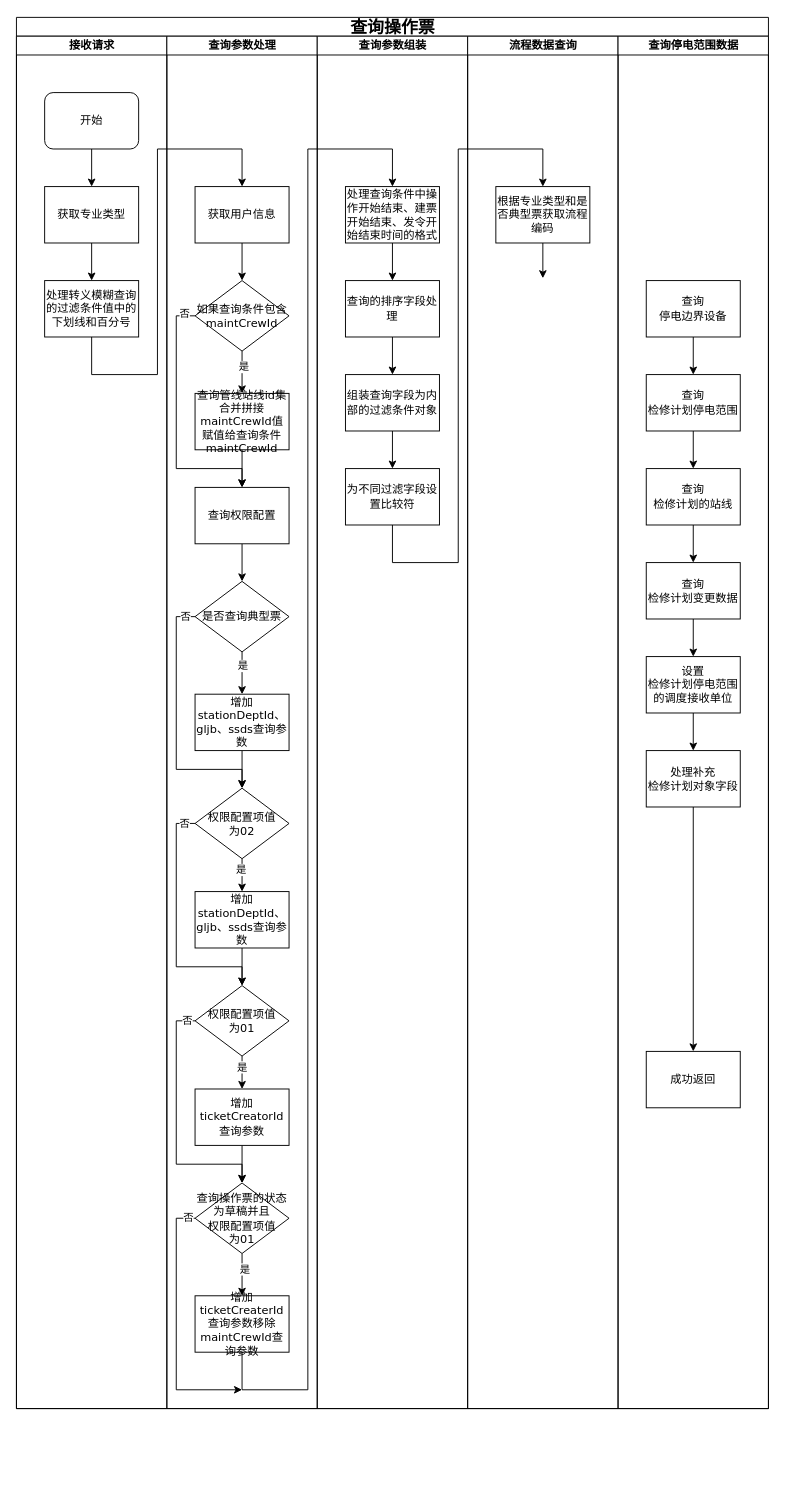
The draw.io diagram 查询操作票.drawio in wwwwbo/myDraw, before the edit. Source tidied: cells renumbered, new cells numbered last; positions are measured from the earlier drawing's top-left corner, leaving out a move shared by most shapes. Both pictures are drawn from the tidied source at 94%, with x=0, y=0 at pixel (16, 17).
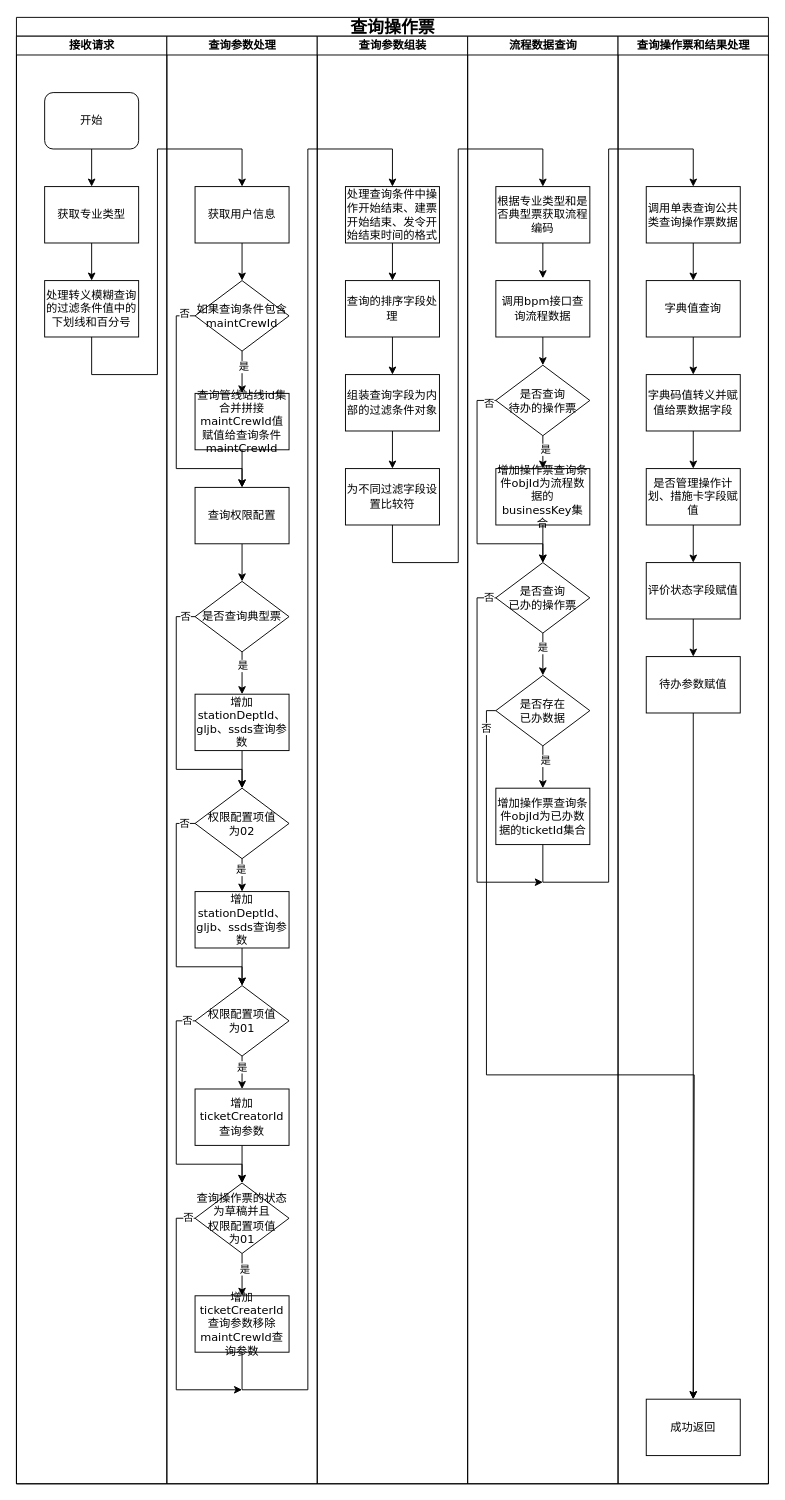
Above is the later version.

Commit message (it also covers changes not shown here):
更新查询操作票.drawio

What changed in the source:
```diff
@@
     <mxCell id="2" value="&lt;font style=&quot;font-size: 18px;&quot;&gt;查询操作票&lt;/font&gt;" style="swimlane;html=1;startSize=20;rounded=0;shadow=0;labelBackgroundColor=none;strokeWidth=1;fontFamily=Verdana;fontSize=8;align=center;" parent="1" vertex="1">
-      <mxGeometry width="800" height="1480" as="geometry" />
+      <mxGeometry width="800" height="1560" as="geometry" />
     </mxCell>
     <mxCell id="3" value="接收请求" style="swimlane;html=1;startSize=20;" parent="2" vertex="1">
-      <mxGeometry y="20" width="160" height="1460" as="geometry" />
+      <mxGeometry y="20" width="160" height="1540" as="geometry" />
     </mxCell>
@@
     <mxCell id="9" value="查询参数处理" style="swimlane;html=1;startSize=20;" parent="2" vertex="1">
-      <mxGeometry x="160" y="20" width="160" height="1460" as="geometry" />
+      <mxGeometry x="160" y="20" width="160" height="1540" as="geometry" />
     </mxCell>
@@
     <mxCell id="48" value="查询参数组装" style="swimlane;html=1;startSize=20;" parent="2" vertex="1">
-      <mxGeometry x="320" y="20" width="160" height="1460" as="geometry" />
+      <mxGeometry x="320" y="20" width="160" height="1540" as="geometry" />
     </mxCell>
@@
     <mxCell id="56" value="流程数据查询" style="swimlane;html=1;startSize=20;" parent="2" vertex="1">
-      <mxGeometry x="480" y="20" width="160" height="1460" as="geometry" />
+      <mxGeometry x="480" y="20" width="160" height="1540" as="geometry" />
     </mxCell>
@@
+    <mxCell id="76" style="edgeStyle=orthogonalEdgeStyle;rounded=0;jettySize=auto;html=1;exitX=0.5;exitY=1;exitDx=0;exitDy=0;entryX=0.5;entryY=0;entryDx=0;entryDy=0;" parent="56" edge="1" source="77" target="82">
+      <mxGeometry relative="1" as="geometry" />
+    </mxCell>
+    <mxCell id="77" value="&lt;span style=&quot;font-size: 12px;&quot;&gt;调用bpm接口查询流程数据&lt;/span&gt;" style="whiteSpace=wrap;html=1;fontSize=8;fontFamily=Verdana;rounded=0;shadow=0;labelBackgroundColor=none;strokeWidth=1;" parent="56" vertex="1">
+      <mxGeometry x="30" y="260" width="100" height="60" as="geometry" />
+    </mxCell>
+    <mxCell id="78" style="edgeStyle=orthogonalEdgeStyle;rounded=0;jettySize=auto;html=1;exitX=0.5;exitY=1;exitDx=0;exitDy=0;entryX=0.5;entryY=0;entryDx=0;entryDy=0;" parent="56" edge="1" source="82" target="84">
+      <mxGeometry relative="1" as="geometry" />
+    </mxCell>
+    <mxCell id="79" value="是" style="edgeLabel;html=1;align=center;verticalAlign=middle;" parent="78" vertex="1">
+      <mxGeometry x="-0.21" y="2" relative="1" as="geometry" />
+    </mxCell>
+    <mxCell id="80" style="edgeStyle=orthogonalEdgeStyle;rounded=0;jettySize=auto;html=1;exitX=0;exitY=0.5;exitDx=0;exitDy=0;entryX=0.5;entryY=0;entryDx=0;entryDy=0;" parent="56" edge="1" source="82" target="89">
+      <mxGeometry relative="1" as="geometry">
+        <Array as="points">
+          <mxPoint x="10" y="388" />
+          <mxPoint x="10" y="540" />
+          <mxPoint x="80" y="540" />
+        </Array>
+      </mxGeometry>
+    </mxCell>
+    <mxCell id="81" value="否" style="edgeLabel;html=1;align=center;verticalAlign=middle;" parent="80" vertex="1">
+      <mxGeometry x="-0.94" y="3" relative="1" as="geometry" />
+    </mxCell>
+    <mxCell id="82" value="&lt;span style=&quot;font-size: 12px;&quot;&gt;是否查询&lt;/span&gt;&lt;div&gt;&lt;span style=&quot;font-size: 12px;&quot;&gt;待办的操作票&lt;/span&gt;&lt;/div&gt;" style="rhombus;whiteSpace=wrap;html=1;rounded=0;shadow=0;labelBackgroundColor=none;strokeWidth=1;fontFamily=Verdana;fontSize=8;align=center;" parent="56" vertex="1">
+      <mxGeometry x="30" y="350" width="100" height="75" as="geometry" />
+    </mxCell>
+    <mxCell id="83" style="edgeStyle=orthogonalEdgeStyle;rounded=0;jettySize=auto;html=1;exitX=0.5;exitY=1;exitDx=0;exitDy=0;entryX=0.5;entryY=0;entryDx=0;entryDy=0;" parent="56" edge="1" source="84" target="89">
+      <mxGeometry relative="1" as="geometry" />
+    </mxCell>
+    <mxCell id="84" value="&lt;span style=&quot;font-size: 12px;&quot;&gt;增加操作票查询条件objId为流程数据的businessKey集合&lt;/span&gt;" style="whiteSpace=wrap;html=1;fontSize=8;fontFamily=Verdana;rounded=0;shadow=0;labelBackgroundColor=none;strokeWidth=1;" parent="56" vertex="1">
+      <mxGeometry x="30" y="460" width="100" height="60" as="geometry" />
+    </mxCell>
+    <mxCell id="85" style="edgeStyle=orthogonalEdgeStyle;rounded=0;jettySize=auto;html=1;exitX=0.5;exitY=1;exitDx=0;exitDy=0;entryX=0.5;entryY=0;entryDx=0;entryDy=0;" parent="56" edge="1" source="89" target="92">
+      <mxGeometry relative="1" as="geometry" />
+    </mxCell>
+    <mxCell id="86" value="是" style="edgeLabel;html=1;align=center;verticalAlign=middle;" parent="85" vertex="1">
+      <mxGeometry x="-0.34" y="-1" relative="1" as="geometry" />
+    </mxCell>
+    <mxCell id="87" style="edgeStyle=orthogonalEdgeStyle;rounded=0;jettySize=auto;html=1;exitX=0;exitY=0.5;exitDx=0;exitDy=0;" parent="56" edge="1" source="89">
+      <mxGeometry relative="1" as="geometry">
+        <mxPoint x="80" y="900" as="targetPoint" />
+        <Array as="points">
+          <mxPoint x="10" y="598" />
+          <mxPoint x="10" y="900" />
+        </Array>
+      </mxGeometry>
+    </mxCell>
+    <mxCell id="88" value="否" style="edgeLabel;html=1;align=center;verticalAlign=middle;" parent="87" vertex="1">
+      <mxGeometry x="-0.96" y="-1" relative="1" as="geometry" />
+    </mxCell>
+    <mxCell id="89" value="&lt;span style=&quot;font-size: 12px;&quot;&gt;是否查询&lt;/span&gt;&lt;div&gt;&lt;span style=&quot;font-size: 12px;&quot;&gt;已办的操作票&lt;/span&gt;&lt;/div&gt;" style="rhombus;whiteSpace=wrap;html=1;rounded=0;shadow=0;labelBackgroundColor=none;strokeWidth=1;fontFamily=Verdana;fontSize=8;align=center;" parent="56" vertex="1">
+      <mxGeometry x="30" y="560" width="100" height="75" as="geometry" />
+    </mxCell>
+    <mxCell id="90" style="edgeStyle=orthogonalEdgeStyle;rounded=0;jettySize=auto;html=1;exitX=0.5;exitY=1;exitDx=0;exitDy=0;entryX=0.5;entryY=0;entryDx=0;entryDy=0;" parent="56" edge="1" source="92">
+      <mxGeometry relative="1" as="geometry">
+        <mxPoint x="80" y="800" as="targetPoint" />
+      </mxGeometry>
+    </mxCell>
+    <mxCell id="91" value="是" style="edgeLabel;html=1;align=center;verticalAlign=middle;" parent="90" vertex="1">
+      <mxGeometry x="-0.33" y="2" relative="1" as="geometry" />
+    </mxCell>
+    <mxCell id="92" value="&lt;span style=&quot;font-size: 12px;&quot;&gt;是否存在&lt;/span&gt;&lt;div&gt;&lt;span style=&quot;font-size: 12px;&quot;&gt;已办数据&lt;/span&gt;&lt;/div&gt;" style="rhombus;whiteSpace=wrap;html=1;rounded=0;shadow=0;labelBackgroundColor=none;strokeWidth=1;fontFamily=Verdana;fontSize=8;align=center;" parent="56" vertex="1">
+      <mxGeometry x="30" y="680" width="100" height="75" as="geometry" />
+    </mxCell>
+    <mxCell id="93" value="&lt;span style=&quot;font-size: 12px;&quot;&gt;增加操作票查询条件objId为已办数据的ticketId集合&lt;/span&gt;" style="whiteSpace=wrap;html=1;fontSize=8;fontFamily=Verdana;rounded=0;shadow=0;labelBackgroundColor=none;strokeWidth=1;" parent="56" vertex="1">
+      <mxGeometry x="30" y="800" width="100" height="60" as="geometry" />
+    </mxCell>
-    <mxCell id="59" value="查询停电范围数据" style="swimlane;html=1;startSize=20;" parent="2" vertex="1">
-      <mxGeometry x="640" y="20" width="160" height="1460" as="geometry" />
+    <mxCell id="59" value="查询操作票和结果处理" style="swimlane;html=1;startSize=20;" parent="2" vertex="1">
+      <mxGeometry x="640" y="20" width="160" height="1540" as="geometry" />
     </mxCell>
@@
-    <mxCell id="62" value="&lt;div&gt;&lt;span style=&quot;font-size: 12px;&quot;&gt;查询&lt;/span&gt;&lt;/div&gt;&lt;div&gt;&lt;span style=&quot;font-size: 12px;&quot;&gt;检修计划停电范围&lt;/span&gt;&lt;/div&gt;" style="whiteSpace=wrap;html=1;fontSize=8;fontFamily=Verdana;rounded=0;shadow=0;labelBackgroundColor=none;strokeWidth=1;" parent="59" vertex="1">
+    <mxCell id="62" value="&lt;span style=&quot;font-size: 12px;&quot;&gt;字典码值转义并赋值给票数据字段&lt;/span&gt;" style="whiteSpace=wrap;html=1;fontSize=8;fontFamily=Verdana;rounded=0;shadow=0;labelBackgroundColor=none;strokeWidth=1;" parent="59" vertex="1">
       <mxGeometry x="30" y="360" width="100" height="60" as="geometry" />
     </mxCell>
@@
-    <mxCell id="64" value="&lt;div&gt;&lt;span style=&quot;font-size: 12px;&quot;&gt;查询&lt;/span&gt;&lt;/div&gt;&lt;div&gt;&lt;span style=&quot;font-size: 12px;&quot;&gt;检修计划的站线&lt;/span&gt;&lt;/div&gt;" style="whiteSpace=wrap;html=1;fontSize=8;fontFamily=Verdana;rounded=0;shadow=0;labelBackgroundColor=none;strokeWidth=1;" parent="59" vertex="1">
+    <mxCell id="64" value="&lt;div&gt;&lt;span style=&quot;font-size: 12px;&quot;&gt;是否管理操作计划、措施卡字段赋值&lt;/span&gt;&lt;/div&gt;" style="whiteSpace=wrap;html=1;fontSize=8;fontFamily=Verdana;rounded=0;shadow=0;labelBackgroundColor=none;strokeWidth=1;" parent="59" vertex="1">
       <mxGeometry x="30" y="460" width="100" height="60" as="geometry" />
     </mxCell>
@@
-    <mxCell id="66" value="&lt;div&gt;&lt;span style=&quot;font-size: 12px;&quot;&gt;查询&lt;/span&gt;&lt;/div&gt;&lt;div&gt;&lt;span style=&quot;font-size: 12px;&quot;&gt;检修计划变更数据&lt;/span&gt;&lt;/div&gt;" style="whiteSpace=wrap;html=1;fontSize=8;fontFamily=Verdana;rounded=0;shadow=0;labelBackgroundColor=none;strokeWidth=1;" parent="59" vertex="1">
+    <mxCell id="66" value="&lt;div&gt;&lt;span style=&quot;font-size: 12px;&quot;&gt;评价状态字段赋值&lt;/span&gt;&lt;/div&gt;" style="whiteSpace=wrap;html=1;fontSize=8;fontFamily=Verdana;rounded=0;shadow=0;labelBackgroundColor=none;strokeWidth=1;" parent="59" vertex="1">
       <mxGeometry x="30" y="560" width="100" height="60" as="geometry" />
     </mxCell>
-    <mxCell id="67" style="edgeStyle=orthogonalEdgeStyle;rounded=0;jettySize=auto;html=1;exitX=0.5;exitY=1;exitDx=0;exitDy=0;entryX=0.5;entryY=0;entryDx=0;entryDy=0;" parent="59" edge="1" source="68" target="70">
-      <mxGeometry relative="1" as="geometry" />
-    </mxCell>
+    <mxCell id="94" style="edgeStyle=orthogonalEdgeStyle;rounded=0;jettySize=auto;html=1;exitX=0.5;exitY=1;exitDx=0;exitDy=0;" parent="59" edge="1" source="68" target="72">
+      <mxGeometry relative="1" as="geometry" />
+    </mxCell>
-    <mxCell id="68" value="&lt;span style=&quot;font-size: 12px;&quot;&gt;设置&lt;/span&gt;&lt;div&gt;&lt;span style=&quot;font-size: 12px;&quot;&gt;检修计划停电范围&lt;/span&gt;&lt;/div&gt;&lt;div&gt;&lt;span style=&quot;font-size: 12px;&quot;&gt;的调度接收单位&lt;/span&gt;&lt;/div&gt;" style="whiteSpace=wrap;html=1;fontSize=8;fontFamily=Verdana;rounded=0;shadow=0;labelBackgroundColor=none;strokeWidth=1;" parent="59" vertex="1">
+    <mxCell id="68" value="&lt;span style=&quot;font-size: 12px;&quot;&gt;待办参数赋值&lt;/span&gt;" style="whiteSpace=wrap;html=1;fontSize=8;fontFamily=Verdana;rounded=0;shadow=0;labelBackgroundColor=none;strokeWidth=1;" parent="59" vertex="1">
       <mxGeometry x="30" y="660" width="100" height="60" as="geometry" />
     </mxCell>
-    <mxCell id="69" style="edgeStyle=orthogonalEdgeStyle;rounded=0;jettySize=auto;html=1;exitX=0.5;exitY=1;exitDx=0;exitDy=0;" parent="59" edge="1" source="70" target="72">
-      <mxGeometry relative="1" as="geometry" />
-    </mxCell>
-    <mxCell id="70" value="&lt;span style=&quot;font-size: 12px;&quot;&gt;处理补充&lt;/span&gt;&lt;div&gt;&lt;span style=&quot;font-size: 12px;&quot;&gt;检修计划对象字段&lt;/span&gt;&lt;/div&gt;" style="whiteSpace=wrap;html=1;fontSize=8;fontFamily=Verdana;rounded=0;shadow=0;labelBackgroundColor=none;strokeWidth=1;" parent="59" vertex="1">
-      <mxGeometry x="30" y="760" width="100" height="60" as="geometry" />
-    </mxCell>
-    <mxCell id="71" value="&lt;span style=&quot;font-size: 12px;&quot;&gt;查询&lt;/span&gt;&lt;div&gt;&lt;span style=&quot;font-size: 12px;&quot;&gt;停电边界设备&lt;/span&gt;&lt;/div&gt;" style="whiteSpace=wrap;html=1;fontSize=8;fontFamily=Verdana;rounded=0;shadow=0;labelBackgroundColor=none;strokeWidth=1;" parent="59" vertex="1">
+    <mxCell id="71" value="&lt;span style=&quot;font-size: 12px;&quot;&gt;字典值查询&lt;/span&gt;" style="whiteSpace=wrap;html=1;fontSize=8;fontFamily=Verdana;rounded=0;shadow=0;labelBackgroundColor=none;strokeWidth=1;" parent="59" vertex="1">
       <mxGeometry x="30" y="260" width="100" height="60" as="geometry" />
     </mxCell>
     <mxCell id="72" value="&lt;span style=&quot;font-size: 12px;&quot;&gt;成功返回&lt;/span&gt;" style="whiteSpace=wrap;html=1;fontSize=8;fontFamily=Verdana;rounded=0;shadow=0;labelBackgroundColor=none;strokeWidth=1;" parent="59" vertex="1">
-      <mxGeometry x="30" y="1080" width="100" height="60" as="geometry" />
+      <mxGeometry x="30" y="1450" width="100" height="60" as="geometry" />
     </mxCell>
+    <mxCell id="95" style="edgeStyle=orthogonalEdgeStyle;rounded=0;jettySize=auto;html=1;exitX=0.5;exitY=1;exitDx=0;exitDy=0;entryX=0.5;entryY=0;entryDx=0;entryDy=0;" parent="59" edge="1" source="96" target="71">
+      <mxGeometry relative="1" as="geometry" />
+    </mxCell>
+    <mxCell id="96" value="&lt;span style=&quot;font-size: 12px;&quot;&gt;调用单表查询公共类查询操作票数据&lt;/span&gt;" style="whiteSpace=wrap;html=1;fontSize=8;fontFamily=Verdana;rounded=0;shadow=0;labelBackgroundColor=none;strokeWidth=1;" parent="59" vertex="1">
+      <mxGeometry x="30" y="160" width="100" height="60" as="geometry" />
+    </mxCell>
@@
+    <mxCell id="97" style="edgeStyle=orthogonalEdgeStyle;rounded=0;jettySize=auto;html=1;exitX=0.5;exitY=1;exitDx=0;exitDy=0;entryX=0.5;entryY=0;entryDx=0;entryDy=0;" parent="2" edge="1" source="93" target="96">
+      <mxGeometry relative="1" as="geometry">
+        <Array as="points">
+          <mxPoint x="560" y="920" />
+          <mxPoint x="630" y="920" />
+          <mxPoint x="630" y="140" />
+          <mxPoint x="720" y="140" />
+        </Array>
+      </mxGeometry>
+    </mxCell>
+    <mxCell id="98" style="edgeStyle=orthogonalEdgeStyle;rounded=0;jettySize=auto;html=1;exitX=0;exitY=0.5;exitDx=0;exitDy=0;entryX=0.5;entryY=0;entryDx=0;entryDy=0;" parent="2" edge="1" source="92" target="72">
+      <mxGeometry relative="1" as="geometry">
+        <Array as="points">
+          <mxPoint x="500" y="738" />
+          <mxPoint x="500" y="1125" />
+          <mxPoint x="721" y="1125" />
+        </Array>
+      </mxGeometry>
+    </mxCell>
+    <mxCell id="99" value="否" style="edgeLabel;html=1;align=center;verticalAlign=middle;" parent="98" vertex="1">
+      <mxGeometry x="-0.94" y="-1" relative="1" as="geometry" />
+    </mxCell>
```
